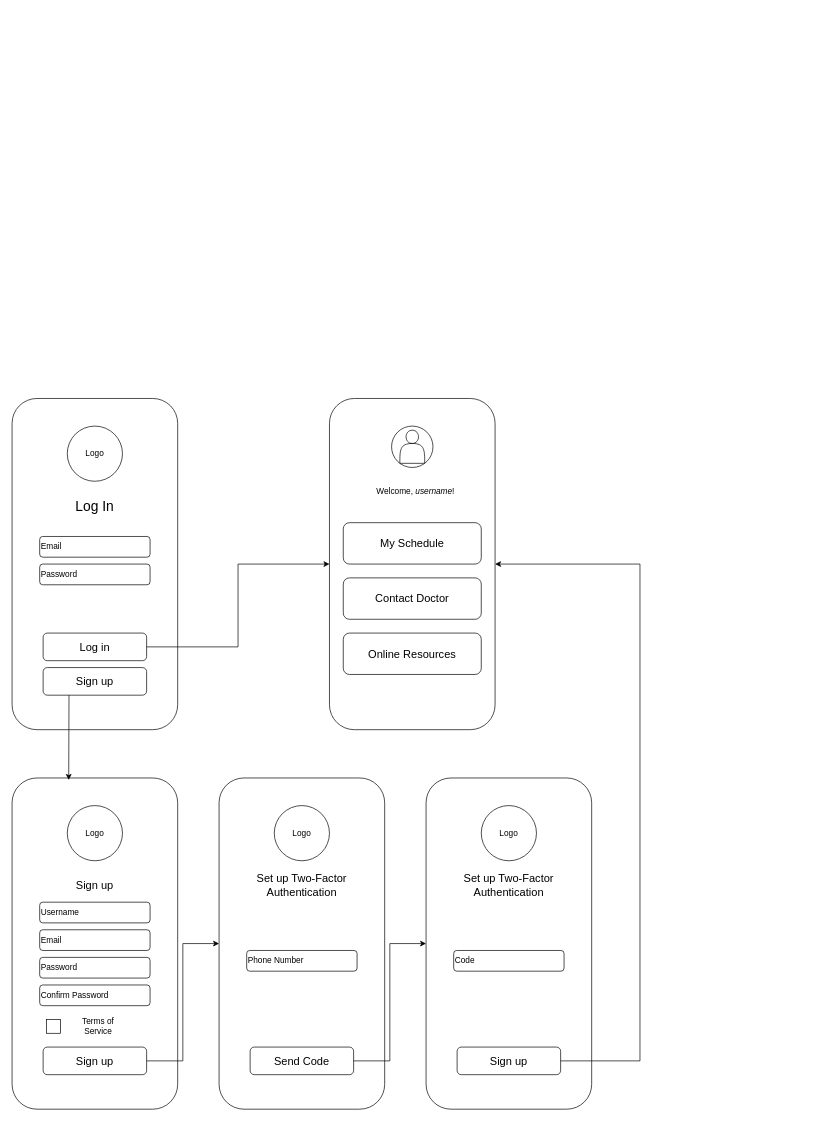
critschris/UI-Class keeps this draw.io diagram as Mini_WF.drawio. Above is the earlier version. Source tidied: cells renumbered, new cells numbered last; positions are measured from the earlier drawing's top-left corner, leaving out a move shared by most shapes. Both pictures are drawn from the tidied source at 69%, with x=0, y=0 at pixel (12, 398).
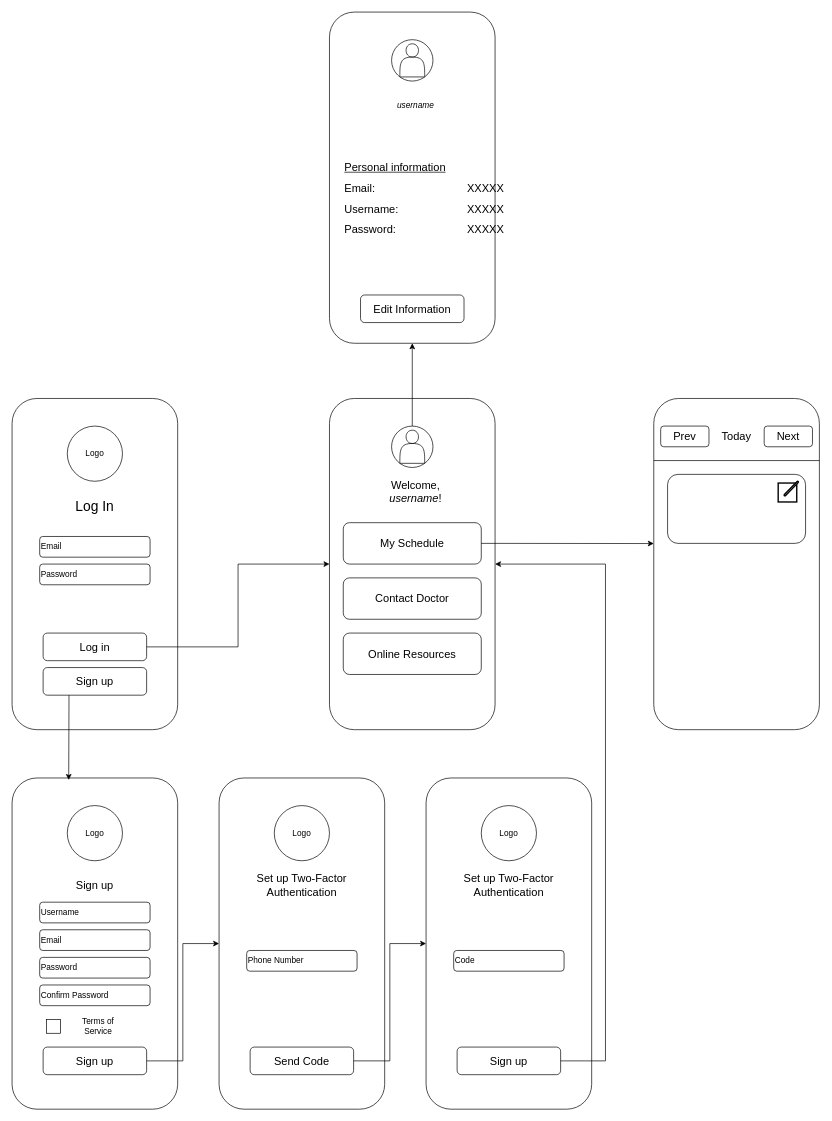
The same page after the edit.

The change refers to these unchanged cells:
```xml
<mxCell id="29" value="&lt;span style=&quot;font-size: 16px;&quot;&gt;Sign up&lt;/span&gt;" style="rounded=1;whiteSpace=wrap;html=1;" parent="1" vertex="1">
  <mxGeometry x="645" y="940" width="150" height="40" as="geometry" />
</mxCell>
<mxCell id="32" style="rounded=1;whiteSpace=wrap;html=1;" parent="1" vertex="1">
  <mxGeometry x="460" width="240" height="480" as="geometry" />
</mxCell>
<mxCell id="35" style="ellipse;whiteSpace=wrap;html=1;" parent="34" vertex="1">
  <mxGeometry width="60" height="60" as="geometry" />
</mxCell>
<mxCell id="38" value="&lt;span style=&quot;font-size: 16px;&quot;&gt;My Schedule&lt;/span&gt;" style="rounded=1;whiteSpace=wrap;html=1;" parent="1" vertex="1">
  <mxGeometry x="480" y="180" width="200" height="60" as="geometry" />
</mxCell>
```

The edit, as a diff of the source:
```diff
@@
-    <mxCell id="37" value="Welcome, &lt;i&gt;username&lt;/i&gt;!" style="text;html=1;whiteSpace=wrap;strokeColor=none;fillColor=none;align=center;verticalAlign=middle;rounded=0;" parent="1" vertex="1">
+    <mxCell id="37" value="&lt;font style=&quot;font-size: 16px;&quot;&gt;Welcome, &lt;i style=&quot;&quot;&gt;username&lt;/i&gt;!&lt;/font&gt;" style="text;html=1;whiteSpace=wrap;strokeColor=none;fillColor=none;align=center;verticalAlign=middle;rounded=0;" parent="1" vertex="1">
       <mxGeometry x="520" y="120" width="130" height="30" as="geometry" />
     </mxCell>
@@
     <mxCell id="41" style="endArrow=classic;html=1;rounded=0;exitX=1;exitY=0.5;exitDx=0;exitDy=0;entryX=1;entryY=0.5;entryDx=0;entryDy=0;edgeStyle=elbowEdgeStyle;" parent="1" edge="1" source="29" target="32">
       <mxGeometry relative="1" as="geometry">
         <Array as="points">
-          <mxPoint x="910" y="610" />
+          <mxPoint x="860" y="600" />
         </Array>
       </mxGeometry>
     </mxCell>
+    <mxCell id="42" style="rounded=1;whiteSpace=wrap;html=1;" parent="1" vertex="1">
+      <mxGeometry x="460" y="-560" width="240" height="480" as="geometry" />
+    </mxCell>
+    <mxCell id="43" style="group;" parent="1" vertex="1">
+      <mxGeometry x="550" y="-520" width="60" height="60" as="geometry" />
+    </mxCell>
+    <mxCell id="44" style="ellipse;whiteSpace=wrap;html=1;" parent="43" vertex="1">
+      <mxGeometry width="60" height="60" as="geometry" />
+    </mxCell>
+    <mxCell id="45" style="shape=actor;whiteSpace=wrap;html=1;" parent="43" vertex="1">
+      <mxGeometry x="12" y="6" width="36" height="48" as="geometry" />
+    </mxCell>
+    <mxCell id="46" value="&lt;i&gt;username&lt;/i&gt;" style="text;html=1;whiteSpace=wrap;strokeColor=none;fillColor=none;align=center;verticalAlign=middle;rounded=0;" parent="1" vertex="1">
+      <mxGeometry x="520" y="-440" width="130" height="30" as="geometry" />
+    </mxCell>
+    <mxCell id="47" style="endArrow=classic;html=1;rounded=0;exitX=0.5;exitY=0;exitDx=0;exitDy=0;entryX=0.5;entryY=1;entryDx=0;entryDy=0;" parent="1" edge="1" source="35" target="42">
+      <mxGeometry relative="1" as="geometry" />
+    </mxCell>
+    <mxCell id="48" value="&lt;u&gt;&lt;font style=&quot;font-size: 16px;&quot;&gt;Personal information&lt;/font&gt;&lt;/u&gt;" style="text;html=1;whiteSpace=wrap;strokeColor=none;fillColor=none;align=left;verticalAlign=middle;rounded=0;" parent="1" vertex="1">
+      <mxGeometry x="480" y="-350" width="170" height="30" as="geometry" />
+    </mxCell>
+    <mxCell id="49" value="&lt;font style=&quot;font-size: 16px;&quot;&gt;Edit Information&lt;/font&gt;" style="rounded=1;whiteSpace=wrap;html=1;" parent="1" vertex="1">
+      <mxGeometry x="505" y="-150" width="150" height="40" as="geometry" />
+    </mxCell>
+    <mxCell id="50" value="&lt;span style=&quot;font-size: 16px;&quot;&gt;Email:&lt;span style=&quot;white-space: pre;&quot;&gt;&#9;&lt;/span&gt;&lt;span style=&quot;white-space: pre;&quot;&gt;&#9;&lt;/span&gt;&lt;span style=&quot;white-space: pre;&quot;&gt;&#9;&lt;span style=&quot;white-space: pre;&quot;&gt;&#9;&lt;/span&gt;XXXXX&lt;/span&gt;&lt;/span&gt;" style="text;html=1;whiteSpace=wrap;strokeColor=none;fillColor=none;align=left;verticalAlign=middle;rounded=0;" parent="1" vertex="1">
+      <mxGeometry x="480" y="-320" width="200" height="30" as="geometry" />
+    </mxCell>
+    <mxCell id="51" value="&lt;span style=&quot;font-size: 16px;&quot;&gt;Username:&lt;span style=&quot;white-space: pre;&quot;&gt;&#9;&lt;/span&gt;&lt;span style=&quot;white-space: pre;&quot;&gt;&#9;&lt;/span&gt;&lt;span style=&quot;white-space: pre;&quot;&gt;&#9;XXXXX&lt;/span&gt;&lt;/span&gt;" style="text;html=1;whiteSpace=wrap;strokeColor=none;fillColor=none;align=left;verticalAlign=middle;rounded=0;" parent="1" vertex="1">
+      <mxGeometry x="480" y="-290" width="200" height="30" as="geometry" />
+    </mxCell>
+    <mxCell id="52" value="&lt;span style=&quot;font-size: 16px;&quot;&gt;Password:&lt;span style=&quot;white-space: pre;&quot;&gt;&#9;&lt;/span&gt;&lt;span style=&quot;white-space: pre;&quot;&gt;&#9;&lt;/span&gt;&lt;span style=&quot;white-space: pre;&quot;&gt;&#9;XXXXX&lt;/span&gt;&lt;/span&gt;" style="text;html=1;whiteSpace=wrap;strokeColor=none;fillColor=none;align=left;verticalAlign=middle;rounded=0;" parent="1" vertex="1">
+      <mxGeometry x="480" y="-260" width="200" height="30" as="geometry" />
+    </mxCell>
+    <mxCell id="53" style="rounded=1;whiteSpace=wrap;html=1;" parent="1" vertex="1">
+      <mxGeometry x="930" width="240" height="480" as="geometry" />
+    </mxCell>
+    <mxCell id="54" style="endArrow=classic;html=1;rounded=0;exitX=1;exitY=0.5;exitDx=0;exitDy=0;entryX=0;entryY=0.438;entryDx=0;entryDy=0;entryPerimeter=0;" parent="1" edge="1" source="38" target="53">
+      <mxGeometry relative="1" as="geometry" />
+    </mxCell>
+    <mxCell id="55" value="&lt;font style=&quot;font-size: 16px;&quot;&gt;Today&lt;/font&gt;" style="text;html=1;whiteSpace=wrap;strokeColor=none;fillColor=none;align=center;verticalAlign=middle;rounded=0;" parent="1" vertex="1">
+      <mxGeometry x="1020" y="40" width="60" height="30" as="geometry" />
+    </mxCell>
+    <mxCell id="56" value="&lt;span style=&quot;font-size: 16px;&quot;&gt;Next&lt;/span&gt;" style="rounded=1;whiteSpace=wrap;html=1;" parent="1" vertex="1">
+      <mxGeometry x="1090" y="40" width="70" height="30" as="geometry" />
+    </mxCell>
+    <mxCell id="57" value="&lt;span style=&quot;font-size: 16px;&quot;&gt;Prev&lt;/span&gt;" style="rounded=1;whiteSpace=wrap;html=1;" parent="1" vertex="1">
+      <mxGeometry x="940" y="40" width="70" height="30" as="geometry" />
+    </mxCell>
+    <mxCell id="58" style="endArrow=none;html=1;rounded=0;" parent="1" edge="1">
+      <mxGeometry relative="1" as="geometry">
+        <mxPoint x="930" y="90" as="sourcePoint" />
+        <mxPoint x="1170" y="90" as="targetPoint" />
+      </mxGeometry>
+    </mxCell>
+    <mxCell id="59" style="group;" parent="1" vertex="1">
+      <mxGeometry x="950" y="110" width="200" height="100" as="geometry" />
+    </mxCell>
+    <mxCell id="60" style="rounded=1;whiteSpace=wrap;html=1;" parent="59" vertex="1">
+      <mxGeometry width="200" height="100" as="geometry" />
+    </mxCell>
+    <mxCell id="61" style="html=1;verticalLabelPosition=bottom;align=center;labelBackgroundColor=#ffffff;verticalAlign=top;strokeWidth=2;strokeColor=#000000;shadow=0;dashed=0;shape=mxgraph.ios7.icons.edit;" parent="59" vertex="1">
+      <mxGeometry x="160.3" y="10" width="29.4" height="30" as="geometry" />
+    </mxCell>
```
